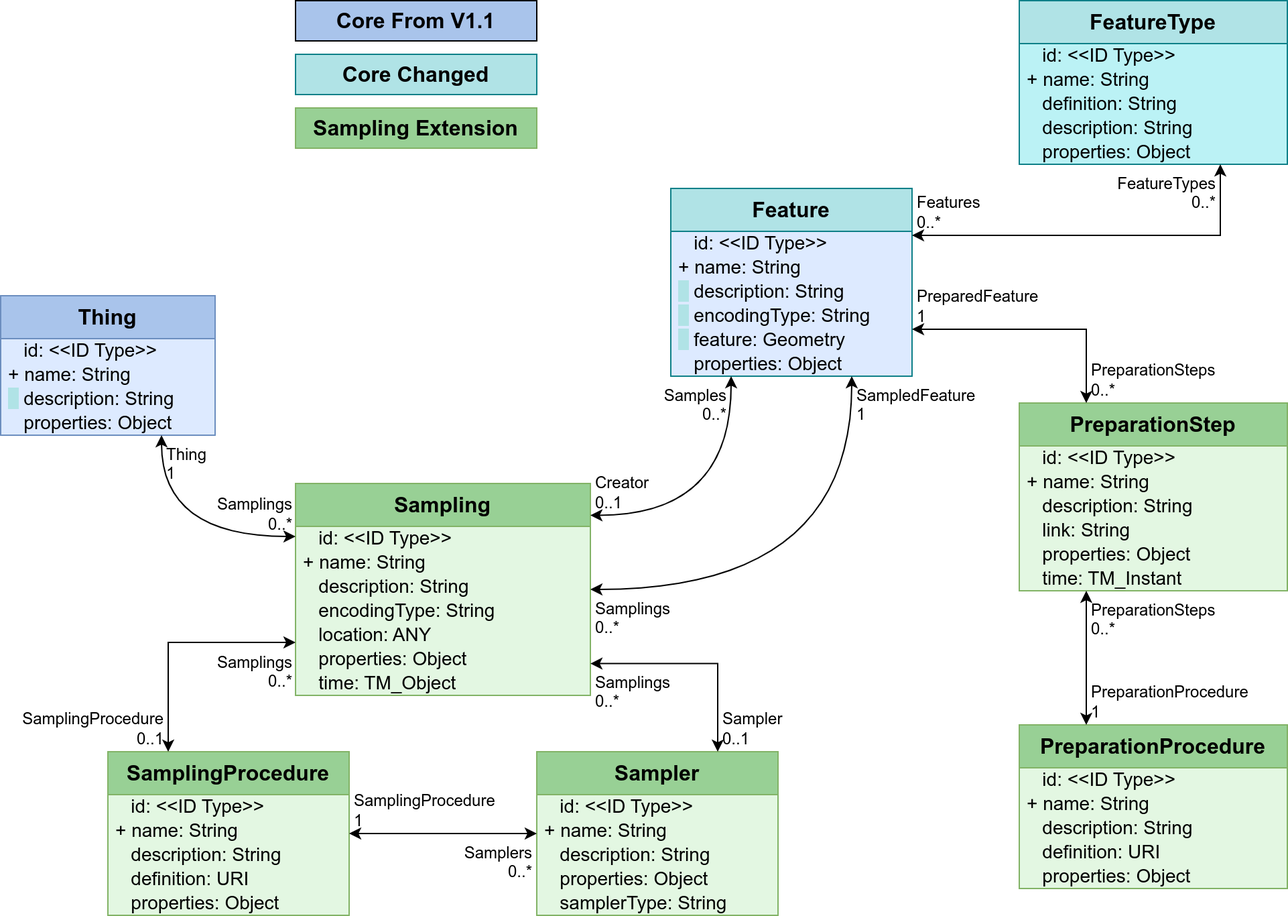
The draw.io diagram figures/Datamodel-SensorThingsApi-V2-proposal-1-Sampling.drawio.png in opengeospatial/sensorthings, before a commit. Source tidied: cells renumbered, new cells last; positions are measured from the earlier drawing's top-left corner, leaving out a move shared by most shapes.
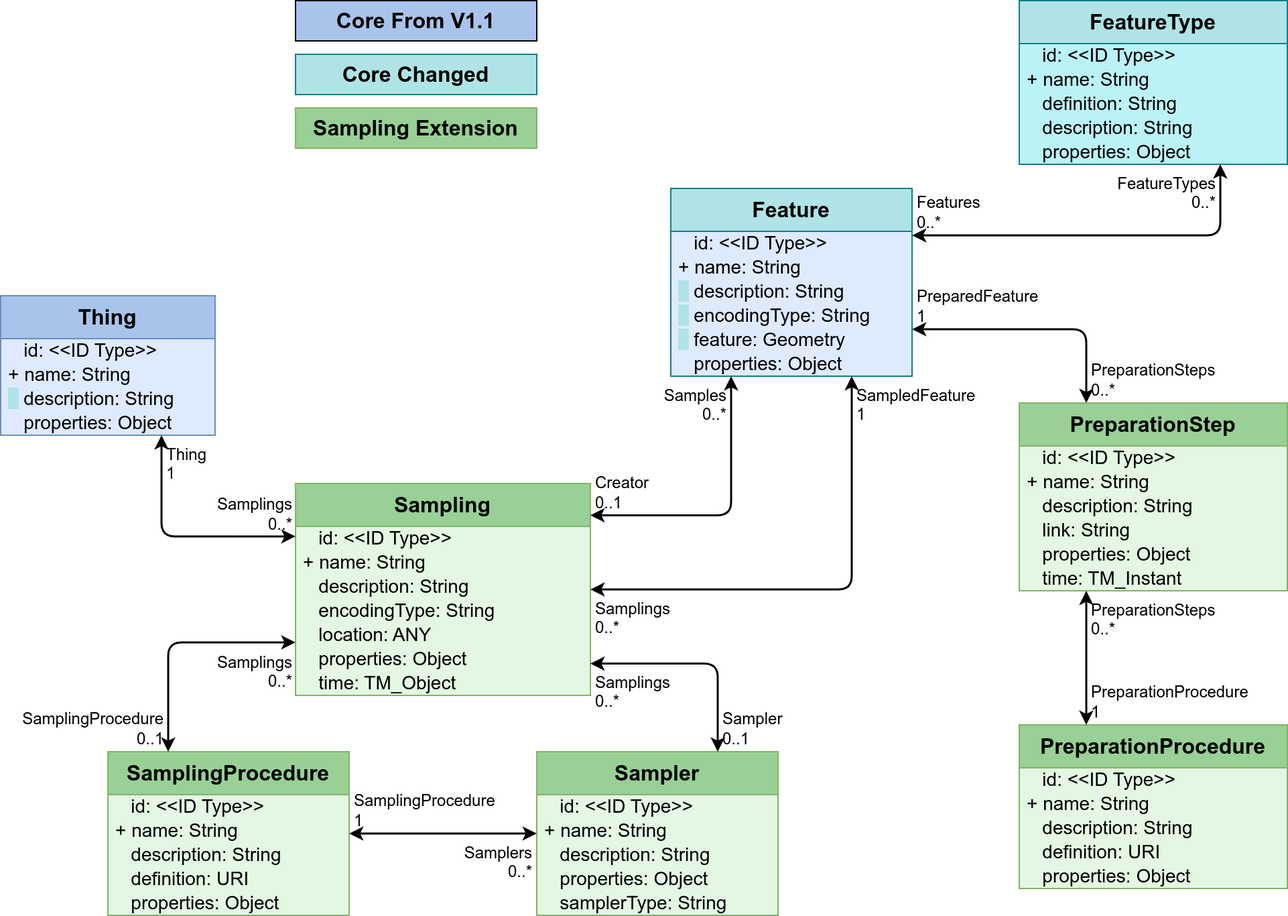
After the commit.

What changed in the source:
```diff
@@ -41,7 +41,7 @@
     <mxCell id="14" value="&amp;nbsp;&amp;nbsp;&amp;nbsp;properties: Object" style="text;strokeColor=none;fillColor=none;align=left;verticalAlign=middle;spacingLeft=4;spacingRight=4;overflow=visible;html=1;fontSize=14;" parent="9" vertex="1">
       <mxGeometry y="104" width="200" height="18" as="geometry" />
     </mxCell>
-    <mxCell id="15" style="endArrow=classic;startArrow=classic;html=1;rounded=0;edgeStyle=orthogonalEdgeStyle;entryX=1;entryY=0.25;entryDx=0;entryDy=0;exitX=0.75;exitY=1;exitDx=0;exitDy=0;" parent="1" edge="1" source="9" target="2">
+    <mxCell id="15" style="endArrow=classic;startArrow=classic;html=1;rounded=1;edgeStyle=orthogonalEdgeStyle;entryX=1;entryY=0.25;entryDx=0;entryDy=0;exitX=0.75;exitY=1;exitDx=0;exitDy=0;strokeWidth=1.5;curved=0;" parent="1" edge="1" source="9" target="2">
       <mxGeometry relative="1" as="geometry" />
     </mxCell>
     <mxCell id="16" value="FeatureTypes&lt;br&gt;0..*" style="edgeLabel;html=1;align=right;verticalAlign=top;labelBackgroundColor=none;fontSize=12;spacingLeft=1;spacing=3;spacingRight=2;" parent="15" vertex="1">
@@ -89,7 +89,7 @@
     <mxCell id="30" value="&amp;nbsp;&amp;nbsp;&amp;nbsp;time: TM_Instant" style="text;strokeColor=none;fillColor=none;align=left;verticalAlign=middle;spacingLeft=4;spacingRight=4;overflow=visible;html=1;fontSize=14;" parent="24" vertex="1">
       <mxGeometry y="122" width="200" height="18" as="geometry" />
     </mxCell>
-    <mxCell id="31" style="endArrow=classic;startArrow=classic;html=1;rounded=0;entryX=1;entryY=0.75;entryDx=0;entryDy=0;edgeStyle=orthogonalEdgeStyle;exitX=0.25;exitY=0;exitDx=0;exitDy=0;" parent="1" edge="1" source="24" target="2">
+    <mxCell id="31" style="endArrow=classic;startArrow=classic;html=1;rounded=1;entryX=1;entryY=0.75;entryDx=0;entryDy=0;edgeStyle=orthogonalEdgeStyle;exitX=0.25;exitY=0;exitDx=0;exitDy=0;strokeWidth=1.5;curved=0;" parent="1" edge="1" source="24" target="2">
       <mxGeometry relative="1" as="geometry" />
     </mxCell>
     <mxCell id="32" value="PreparationSteps&lt;br&gt;0..*" style="edgeLabel;html=1;align=left;verticalAlign=bottom;labelBackgroundColor=none;fontSize=12;spacingLeft=1;spacing=3;spacingRight=2;" parent="31" vertex="1">
@@ -98,7 +98,7 @@
     <mxCell id="33" value="PreparedFeature&lt;br&gt;1" style="edgeLabel;html=1;align=left;verticalAlign=bottom;labelBackgroundColor=none;fontSize=12;spacingLeft=1;spacing=3;spacingRight=2;" parent="31" vertex="1">
       <mxGeometry x="1" relative="1" as="geometry" />
     </mxCell>
-    <mxCell id="34" style="endArrow=classic;startArrow=classic;html=1;rounded=0;noEdgeStyle=1;entryX=0.25;entryY=0;entryDx=0;entryDy=0;exitX=0.25;exitY=1;exitDx=0;exitDy=0;" parent="1" edge="1" source="24" target="18">
+    <mxCell id="34" style="endArrow=classic;startArrow=classic;html=1;rounded=1;noEdgeStyle=1;entryX=0.25;entryY=0;entryDx=0;entryDy=0;exitX=0.25;exitY=1;exitDx=0;exitDy=0;strokeWidth=1.5;curved=0;" parent="1" edge="1" source="24" target="18">
       <mxGeometry relative="1" as="geometry" />
     </mxCell>
     <mxCell id="35" value="PreparationSteps&lt;br&gt;0..*" style="edgeLabel;html=1;align=left;verticalAlign=top;labelBackgroundColor=none;fontSize=12;spacingLeft=1;spacing=3;spacingRight=2;" parent="34" vertex="1">
@@ -149,7 +149,7 @@
     <mxCell id="50" value="&amp;nbsp; &amp;nbsp;time: TM_Object" style="text;strokeColor=none;fillColor=none;align=left;verticalAlign=middle;spacingLeft=4;spacingRight=4;overflow=visible;html=1;fontSize=14;" parent="43" vertex="1">
       <mxGeometry y="140" width="220" height="18" as="geometry" />
     </mxCell>
-    <mxCell id="51" style="endArrow=classic;startArrow=classic;html=1;rounded=0;entryX=0.75;entryY=1;entryDx=0;entryDy=0;edgeStyle=orthogonalEdgeStyle;curved=1;exitX=1;exitY=0.5;exitDx=0;exitDy=0;exitPerimeter=0;" parent="1" edge="1" source="43" target="2">
+    <mxCell id="51" style="endArrow=classic;startArrow=classic;html=1;rounded=1;entryX=0.75;entryY=1;entryDx=0;entryDy=0;edgeStyle=orthogonalEdgeStyle;curved=0;exitX=1;exitY=0.5;exitDx=0;exitDy=0;exitPerimeter=0;strokeWidth=1.5;" parent="1" edge="1" source="43" target="2">
       <mxGeometry relative="1" as="geometry" />
     </mxCell>
     <mxCell id="52" value="Samplings&lt;br&gt;0..*" style="edgeLabel;html=1;align=left;verticalAlign=top;labelBackgroundColor=none;fontSize=12;spacingLeft=1;spacing=3;spacingRight=2;" parent="51" vertex="1">
@@ -158,7 +158,7 @@
     <mxCell id="53" value="SampledFeature&lt;br&gt;1" style="edgeLabel;html=1;align=left;verticalAlign=top;labelBackgroundColor=none;fontSize=12;spacingLeft=1;spacing=3;spacingRight=2;" parent="51" vertex="1">
       <mxGeometry x="1" relative="1" as="geometry" />
     </mxCell>
-    <mxCell id="54" style="endArrow=classic;startArrow=classic;html=1;rounded=0;edgeStyle=orthogonalEdgeStyle;exitX=1;exitY=0.85;exitDx=0;exitDy=0;entryX=0.75;entryY=0;entryDx=0;entryDy=0;exitPerimeter=0;" parent="1" edge="1" source="43" target="37">
+    <mxCell id="54" style="endArrow=classic;startArrow=classic;html=1;rounded=1;edgeStyle=orthogonalEdgeStyle;exitX=1;exitY=0.85;exitDx=0;exitDy=0;entryX=0.75;entryY=0;entryDx=0;entryDy=0;exitPerimeter=0;strokeWidth=1.5;curved=0;" parent="1" edge="1" source="43" target="37">
       <mxGeometry relative="1" as="geometry" />
     </mxCell>
     <mxCell id="55" value="Samplings&lt;br&gt;0..*" style="edgeLabel;html=1;align=left;verticalAlign=top;labelBackgroundColor=none;fontSize=12;spacingLeft=1;spacing=3;spacingRight=2;" parent="54" vertex="1">
@@ -167,7 +167,7 @@
     <mxCell id="56" value="Sampler&lt;br&gt;0..1" style="edgeLabel;html=1;align=left;verticalAlign=bottom;labelBackgroundColor=none;fontSize=12;spacingLeft=1;spacing=3;spacingRight=2;" parent="54" vertex="1">
       <mxGeometry x="1" relative="1" as="geometry" />
     </mxCell>
-    <mxCell id="57" style="endArrow=classic;startArrow=classic;html=1;rounded=0;entryX=0.25;entryY=1;entryDx=0;entryDy=0;edgeStyle=orthogonalEdgeStyle;exitX=1;exitY=0.15;exitDx=0;exitDy=0;curved=1;exitPerimeter=0;" parent="1" edge="1" source="43" target="2">
+    <mxCell id="57" style="endArrow=classic;startArrow=classic;html=1;rounded=1;entryX=0.25;entryY=1;entryDx=0;entryDy=0;edgeStyle=orthogonalEdgeStyle;exitX=1;exitY=0.15;exitDx=0;exitDy=0;curved=0;exitPerimeter=0;strokeWidth=1.5;" parent="1" edge="1" source="43" target="2">
       <mxGeometry relative="1" as="geometry" />
     </mxCell>
     <mxCell id="58" value="Creator&lt;br&gt;0..1" style="edgeLabel;html=1;align=left;verticalAlign=bottom;labelBackgroundColor=none;fontSize=12;spacingLeft=1;spacing=3;spacingRight=2;" parent="57" vertex="1">
@@ -194,7 +194,7 @@
     <mxCell id="65" value="&amp;nbsp;&amp;nbsp;&amp;nbsp;properties: Object" style="text;strokeColor=none;fillColor=none;align=left;verticalAlign=middle;spacingLeft=4;spacingRight=4;overflow=visible;html=1;fontSize=14;" parent="60" vertex="1">
       <mxGeometry y="104" width="180" height="18" as="geometry" />
     </mxCell>
-    <mxCell id="66" style="endArrow=classic;startArrow=classic;html=1;rounded=0;noEdgeStyle=1;" parent="1" edge="1" source="60" target="37">
+    <mxCell id="66" style="endArrow=classic;startArrow=classic;html=1;rounded=1;noEdgeStyle=1;strokeWidth=1.5;curved=0;" parent="1" edge="1" source="60" target="37">
       <mxGeometry relative="1" as="geometry" />
     </mxCell>
     <mxCell id="67" value="SamplingProcedure&lt;br&gt;1" style="edgeLabel;html=1;align=left;verticalAlign=bottom;labelBackgroundColor=none;fontSize=12;spacingLeft=1;spacing=3;spacingRight=2;" parent="66" vertex="1">
@@ -203,7 +203,7 @@
     <mxCell id="68" value="Samplers&lt;br&gt;0..*" style="edgeLabel;html=1;align=right;verticalAlign=top;labelBackgroundColor=none;fontSize=12;spacingLeft=1;spacing=3;spacingRight=2;" parent="66" vertex="1">
       <mxGeometry x="1" relative="1" as="geometry" />
     </mxCell>
-    <mxCell id="69" style="endArrow=classic;startArrow=classic;html=1;rounded=0;edgeStyle=orthogonalEdgeStyle;entryX=0;entryY=0.75;entryDx=0;entryDy=0;exitX=0.25;exitY=0;exitDx=0;exitDy=0;" parent="1" edge="1" source="60" target="43">
+    <mxCell id="69" style="endArrow=classic;startArrow=classic;html=1;rounded=1;edgeStyle=orthogonalEdgeStyle;entryX=0;entryY=0.75;entryDx=0;entryDy=0;exitX=0.25;exitY=0;exitDx=0;exitDy=0;strokeWidth=1.5;curved=0;" parent="1" edge="1" source="60" target="43">
       <mxGeometry relative="1" as="geometry" />
     </mxCell>
     <mxCell id="70" value="SamplingProcedure&lt;br&gt;0..1" style="edgeLabel;html=1;align=right;verticalAlign=bottom;labelBackgroundColor=none;fontSize=12;spacingLeft=1;spacing=3;spacingRight=2;" parent="69" vertex="1">
@@ -227,7 +227,7 @@
     <mxCell id="76" value="&amp;nbsp;&amp;nbsp;&amp;nbsp;properties: Object" style="text;strokeColor=none;fillColor=none;align=left;verticalAlign=middle;spacingLeft=4;spacingRight=4;overflow=visible;html=1;fontSize=14;" parent="72" vertex="1">
       <mxGeometry y="86" width="160" height="18" as="geometry" />
     </mxCell>
-    <mxCell id="77" style="endArrow=classic;startArrow=classic;html=1;rounded=0;exitX=0.75;exitY=1;exitDx=0;exitDy=0;edgeStyle=orthogonalEdgeStyle;entryX=0;entryY=0.25;entryDx=0;entryDy=0;curved=1;" parent="1" edge="1" source="72" target="43">
+    <mxCell id="77" style="endArrow=classic;startArrow=classic;html=1;rounded=1;exitX=0.75;exitY=1;exitDx=0;exitDy=0;edgeStyle=orthogonalEdgeStyle;entryX=0;entryY=0.25;entryDx=0;entryDy=0;curved=0;strokeWidth=1.5;" parent="1" edge="1" source="72" target="43">
       <mxGeometry relative="1" as="geometry" />
     </mxCell>
     <mxCell id="78" value="Thing&lt;br&gt;1" style="edgeLabel;html=1;align=left;verticalAlign=top;labelBackgroundColor=none;fontSize=12;spacingLeft=1;spacing=3;spacingRight=2;" parent="77" vertex="1">
```
